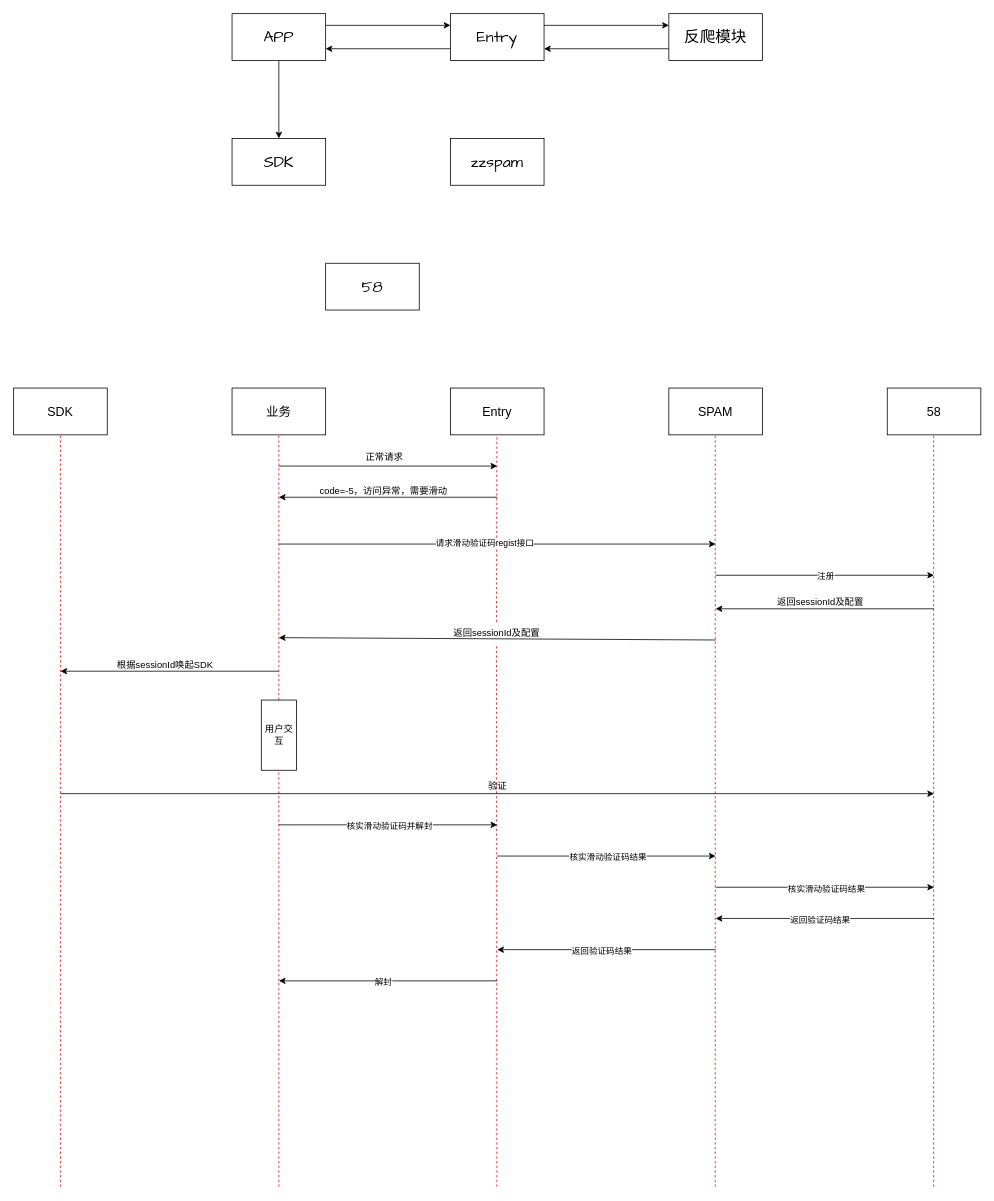
The draw.io diagram tech/entry/反爬滑动验证码.drawio in zhuanzhuan-tech/arch-draw-io, before the edit. Source tidied: cells renumbered, new cells numbered last; positions are measured from the earlier drawing's top-left corner, leaving out a move shared by most shapes. Both pictures are drawn from the tidied source at 78%, with x=0, y=0 at pixel (13, 13).
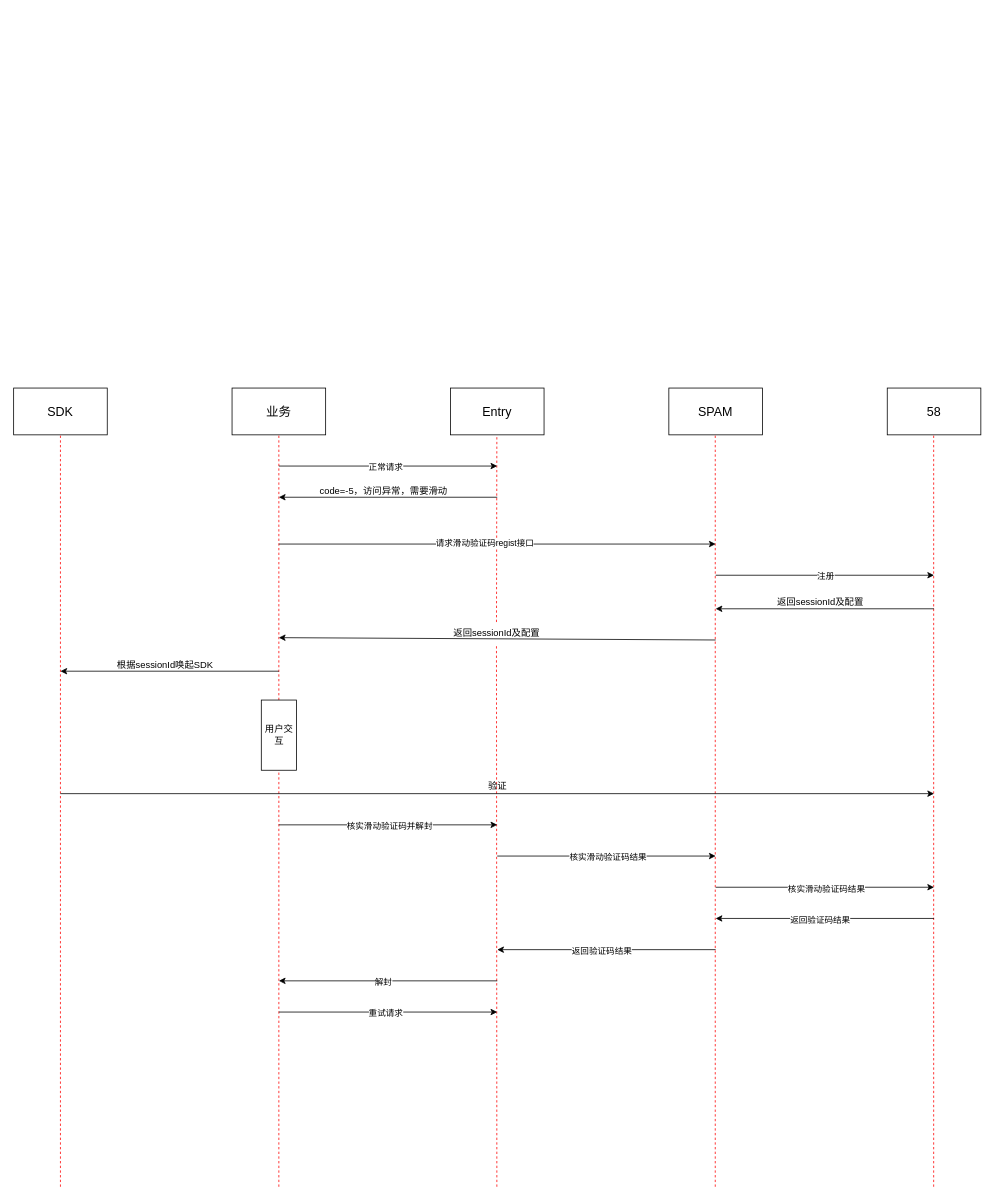
The same page after the edit.

Commit message (it also covers changes not shown here):
更新反爬滑动验证码.drawio

The change refers to these unchanged cells:
```xml
<mxCell id="21" style="endArrow=classic;html=1;rounded=0;" parent="1" edge="1">
  <mxGeometry relative="1" as="geometry">
    <mxPoint x="340" y="580" as="sourcePoint" />
    <mxPoint x="620" y="580" as="targetPoint" />
  </mxGeometry>
</mxCell>
```

Diff of the diagram source:
```diff
@@
-    <mxCell id="2" style="edgeStyle=orthogonalEdgeStyle;rounded=0;hachureGap=4;jettySize=auto;html=1;exitX=1;exitY=0.25;exitDx=0;exitDy=0;entryX=0;entryY=0.25;entryDx=0;entryDy=0;fontFamily=Architects Daughter;fontSize=16;" parent="1" edge="1" source="4" target="8">
-      <mxGeometry relative="1" as="geometry" />
-    </mxCell>
-    <mxCell id="3" style="edgeStyle=orthogonalEdgeStyle;rounded=0;hachureGap=4;jettySize=auto;html=1;exitX=0.5;exitY=1;exitDx=0;exitDy=0;entryX=0.5;entryY=0;entryDx=0;entryDy=0;fontFamily=Architects Daughter;fontSize=16;" parent="1" edge="1" source="4" target="5">
-      <mxGeometry relative="1" as="geometry" />
-    </mxCell>
-    <mxCell id="4" value="APP" style="rounded=0;whiteSpace=wrap;html=1;hachureGap=4;fontFamily=Architects Daughter;fontSize=20;" parent="1" vertex="1">
-      <mxGeometry x="280" width="120" height="60" as="geometry" />
-    </mxCell>
-    <mxCell id="5" value="SDK" style="rounded=0;whiteSpace=wrap;html=1;hachureGap=4;fontFamily=Architects Daughter;fontSize=20;" parent="1" vertex="1">
-      <mxGeometry x="280" y="160" width="120" height="60" as="geometry" />
-    </mxCell>
-    <mxCell id="6" style="edgeStyle=orthogonalEdgeStyle;rounded=0;hachureGap=4;jettySize=auto;html=1;exitX=0;exitY=0.75;exitDx=0;exitDy=0;entryX=1;entryY=0.75;entryDx=0;entryDy=0;fontFamily=Architects Daughter;fontSize=16;" parent="1" edge="1" source="8" target="4">
-      <mxGeometry relative="1" as="geometry" />
-    </mxCell>
-    <mxCell id="7" style="edgeStyle=orthogonalEdgeStyle;rounded=0;hachureGap=4;jettySize=auto;html=1;exitX=1;exitY=0.25;exitDx=0;exitDy=0;entryX=0;entryY=0.25;entryDx=0;entryDy=0;fontFamily=Architects Daughter;fontSize=16;" parent="1" edge="1" source="8" target="10">
-      <mxGeometry relative="1" as="geometry" />
-    </mxCell>
-    <mxCell id="8" value="Entry" style="rounded=0;whiteSpace=wrap;html=1;hachureGap=4;fontFamily=Architects Daughter;fontSize=20;" parent="1" vertex="1">
-      <mxGeometry x="560" width="120" height="60" as="geometry" />
-    </mxCell>
-    <mxCell id="9" style="edgeStyle=orthogonalEdgeStyle;rounded=0;hachureGap=4;jettySize=auto;html=1;exitX=0;exitY=0.75;exitDx=0;exitDy=0;entryX=1;entryY=0.75;entryDx=0;entryDy=0;fontFamily=Architects Daughter;fontSize=16;" parent="1" edge="1" source="10" target="8">
-      <mxGeometry relative="1" as="geometry" />
-    </mxCell>
-    <mxCell id="10" value="反爬模块" style="rounded=0;whiteSpace=wrap;html=1;hachureGap=4;fontFamily=Architects Daughter;fontSize=20;" parent="1" vertex="1">
-      <mxGeometry x="840" width="120" height="60" as="geometry" />
-    </mxCell>
-    <mxCell id="11" value="zzspam" style="rounded=0;whiteSpace=wrap;html=1;hachureGap=4;fontFamily=Architects Daughter;fontSize=20;" parent="1" vertex="1">
-      <mxGeometry x="560" y="160" width="120" height="60" as="geometry" />
-    </mxCell>
-    <mxCell id="12" value="58" style="rounded=0;whiteSpace=wrap;html=1;hachureGap=4;fontFamily=Architects Daughter;fontSize=20;" parent="1" vertex="1">
-      <mxGeometry x="400" y="320" width="120" height="60" as="geometry" />
-    </mxCell>
@@
-    <mxCell id="22" value="正常请求" style="text;html=1;align=center;verticalAlign=middle;strokeColor=none;fillColor=none;" parent="1" vertex="1">
-      <mxGeometry x="440" y="554" width="70" height="30" as="geometry" />
+    <mxCell id="22" value="正常请求" style="edgeLabel;html=1;align=center;verticalAlign=middle;" parent="21" vertex="1">
+      <mxGeometry x="-0.03" y="-1" relative="1" as="geometry" />
     </mxCell>
@@
+    <mxCell id="53" style="endArrow=classic;html=1;rounded=0;" parent="1" edge="1">
+      <mxGeometry relative="1" as="geometry">
+        <mxPoint x="340" y="1280" as="sourcePoint" />
+        <mxPoint x="620" y="1280" as="targetPoint" />
+      </mxGeometry>
+    </mxCell>
+    <mxCell id="54" value="重试请求" style="edgeLabel;html=1;align=center;verticalAlign=middle;" parent="53" vertex="1">
+      <mxGeometry x="-0.03" y="-1" relative="1" as="geometry" />
+    </mxCell>
```
